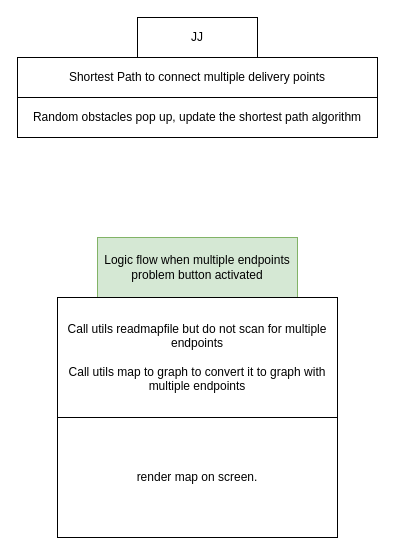
The draw.io diagram page "Extra Features" (3 of 3) of diagrams/program_diagrams.drawio in junnjiee16/ST1507-DSAA-Maze-Solver, before the edit. Source tidied: cells renumbered, new cells numbered last; positions are measured from the earlier drawing's top-left corner, leaving out a move shared by most shapes. Both pictures are drawn from the tidied source at 100%, with x=0, y=0 at pixel (17, 17).
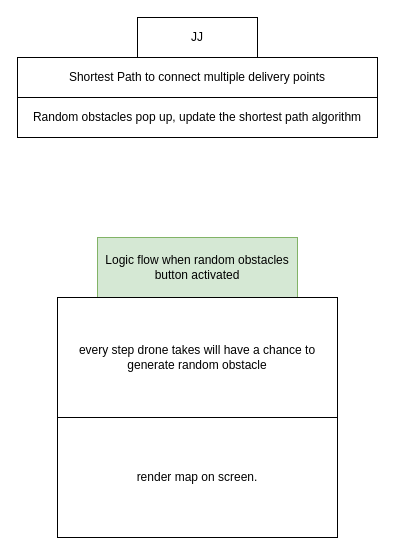
After the change.

Diff of the diagram source:
```diff
@@
 <mxGraphModel>
   <root>
     <mxCell id="0" />
     <mxCell id="1" parent="0" />
     <mxCell id="2" value="JJ" style="rounded=0;whiteSpace=wrap;html=1;" parent="1" vertex="1">
       <mxGeometry x="120" width="120" height="40" as="geometry" />
     </mxCell>
     <mxCell id="3" value="Shortest Path to connect multiple delivery points" style="rounded=0;whiteSpace=wrap;html=1;" parent="1" vertex="1">
       <mxGeometry y="40" width="360" height="40" as="geometry" />
     </mxCell>
     <mxCell id="4" value="Random obstacles pop up, update the shortest path algorithm" style="rounded=0;whiteSpace=wrap;html=1;" parent="1" vertex="1">
       <mxGeometry y="80" width="360" height="40" as="geometry" />
     </mxCell>
-    <mxCell id="5" value="Logic flow when multiple endpoints problem button activated" style="rounded=0;whiteSpace=wrap;html=1;fillColor=#d5e8d4;strokeColor=#82b366;" parent="1" vertex="1">
+    <mxCell id="5" value="Logic flow when random obstacles button activated" style="rounded=0;whiteSpace=wrap;html=1;fillColor=#d5e8d4;strokeColor=#82b366;" parent="1" vertex="1">
       <mxGeometry x="80" y="220" width="200" height="60" as="geometry" />
     </mxCell>
-    <mxCell id="6" value="Call utils readmapfile but do not scan for multiple endpoints&lt;br&gt;&lt;br&gt;Call utils map to graph to convert it to graph with multiple endpoints" style="rounded=0;whiteSpace=wrap;html=1;" parent="1" vertex="1">
+    <mxCell id="6" value="every step drone takes will have a chance to generate random obstacle" style="rounded=0;whiteSpace=wrap;html=1;" parent="1" vertex="1">
       <mxGeometry x="40" y="280" width="280" height="120" as="geometry" />
     </mxCell>
     <mxCell id="7" value="render map on screen." style="rounded=0;whiteSpace=wrap;html=1;" parent="1" vertex="1">
       <mxGeometry x="40" y="400" width="280" height="120" as="geometry" />
     </mxCell>
   </root>
 </mxGraphModel>
```
